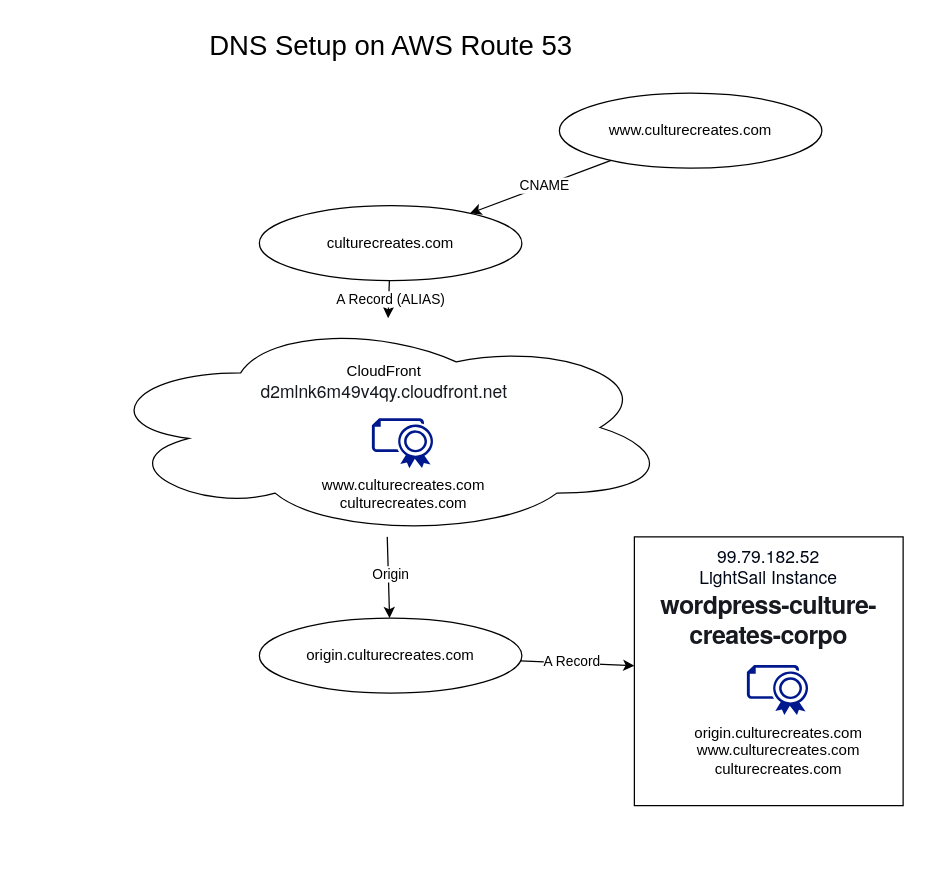
culturecreates/culture-creates-wiki keeps this draw.io diagram as Corpo Website Hosting Diagram.drawio. Above is the earlier version. Source tidied: cells renumbered, new cells numbered last; positions are measured from the earlier drawing's top-left corner, leaving out a move shared by most shapes. Both pictures are drawn from the tidied source at 125%, with x=0, y=0 at pixel (96, 21).
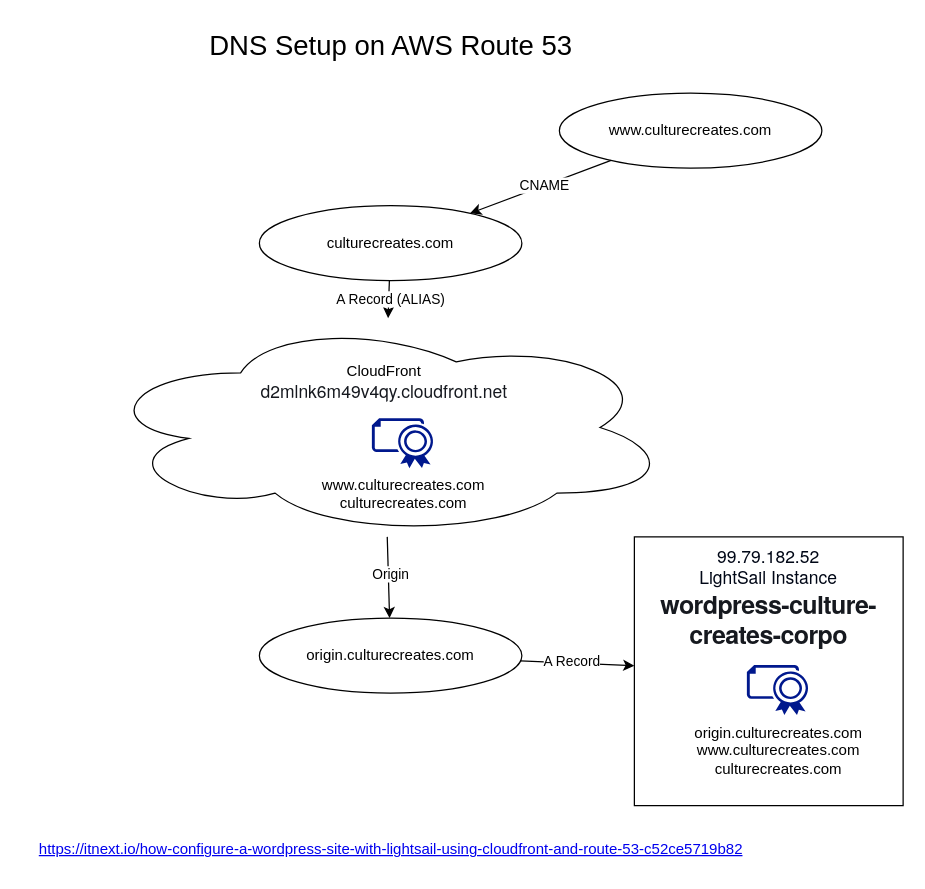
After the change.

Commit message:
link to article

Diff of the diagram source:
```diff
@@
 <mxGraphModel>
   <root>
     <mxCell id="0" />
     <mxCell id="1" parent="0" />
     <mxCell id="2" value="&lt;span style=&quot;text-align: start; caret-color: rgb(0, 7, 22); color: rgb(0, 7, 22); font-family: &amp;quot;Amazon Ember&amp;quot;, &amp;quot;Helvetica Neue&amp;quot;, Roboto, Arial, sans-serif; font-size: 14px; background-color: rgb(255, 255, 255);&quot;&gt;99.79.182.52&lt;/span&gt;&lt;br&gt;&lt;div&gt;&lt;span style=&quot;text-align: start; caret-color: rgb(0, 7, 22); color: rgb(0, 7, 22); font-family: &amp;quot;Amazon Ember&amp;quot;, &amp;quot;Helvetica Neue&amp;quot;, Roboto, Arial, sans-serif; font-size: 14px; background-color: rgb(255, 255, 255);&quot;&gt;LightSail Instance&lt;/span&gt;&lt;/div&gt;&lt;div&gt;&lt;span style=&quot;text-align: start; caret-color: rgb(22, 25, 31); color: rgb(22, 25, 31); font-family: &amp;quot;Amazon Ember&amp;quot;, &amp;quot;Helvetica Neue&amp;quot;, Roboto, Arial, sans-serif; font-weight: 700; letter-spacing: -0.48px; background-color: rgb(255, 255, 255);&quot;&gt;&lt;font style=&quot;font-size: 20px;&quot;&gt;wordpress-culture-creates-corpo&lt;/font&gt;&lt;/span&gt;&lt;span style=&quot;text-align: start; caret-color: rgb(0, 7, 22); color: rgb(0, 7, 22); font-family: &amp;quot;Amazon Ember&amp;quot;, &amp;quot;Helvetica Neue&amp;quot;, Roboto, Arial, sans-serif; font-size: 14px; background-color: rgb(255, 255, 255);&quot;&gt;&lt;br&gt;&lt;/span&gt;&lt;/div&gt;" style="whiteSpace=wrap;html=1;verticalAlign=top;" parent="1" vertex="1">
       <mxGeometry x="430" y="412" width="215" height="215" as="geometry" />
     </mxCell>
     <mxCell id="3" style="endArrow=classic;html=1;rounded=0;" parent="1" edge="1" source="12" target="2">
       <mxGeometry relative="1" as="geometry" />
     </mxCell>
     <mxCell id="4" value="A Record" style="edgeLabel;html=1;align=center;verticalAlign=middle;" parent="3" vertex="1">
       <mxGeometry x="-0.07" y="2" relative="1" as="geometry">
         <mxPoint x="-1" as="offset" />
       </mxGeometry>
     </mxCell>
     <mxCell id="5" value="&lt;div&gt;&lt;br&gt;&lt;/div&gt;&lt;div&gt;&lt;br&gt;&lt;/div&gt;CloudFront&lt;div&gt;&lt;span style=&quot;caret-color: rgb(22, 25, 31); color: rgb(22, 25, 31); font-family: &amp;quot;Amazon Ember&amp;quot;, &amp;quot;Helvetica Neue&amp;quot;, Roboto, Arial, sans-serif; font-size: 14px; background-color: rgb(255, 255, 255);&quot;&gt;d2mlnk6m49v4qy.cloudfront.net&lt;/span&gt;&lt;br&gt;&lt;/div&gt;" style="ellipse;shape=cloud;whiteSpace=wrap;html=1;align=center;verticalAlign=top;" parent="1" vertex="1">
       <mxGeometry y="237" width="460" height="175" as="geometry" />
     </mxCell>
     <mxCell id="6" value="www.culturecreates.com" style="ellipse;whiteSpace=wrap;html=1;" parent="1" vertex="1">
       <mxGeometry x="370" y="57" width="210" height="60" as="geometry" />
     </mxCell>
     <mxCell id="7" value="culturecreates.com" style="ellipse;whiteSpace=wrap;html=1;" parent="1" vertex="1">
       <mxGeometry x="130" y="147" width="210" height="60" as="geometry" />
     </mxCell>
     <mxCell id="8" style="endArrow=classic;html=1;rounded=0;" parent="1" edge="1" source="6" target="7">
       <mxGeometry relative="1" as="geometry" />
     </mxCell>
     <mxCell id="9" value="CNAME" style="edgeLabel;html=1;align=center;verticalAlign=middle;" parent="8" vertex="1">
       <mxGeometry x="-0.05" relative="1" as="geometry" />
     </mxCell>
     <mxCell id="10" style="endArrow=classic;html=1;rounded=0;" parent="1" edge="1" source="7" target="5">
       <mxGeometry relative="1" as="geometry" />
     </mxCell>
     <mxCell id="11" value="A Record (ALIAS)" style="edgeLabel;html=1;align=center;verticalAlign=middle;" parent="10" vertex="1">
       <mxGeometry x="-0.07" y="1" relative="1" as="geometry" />
     </mxCell>
     <mxCell id="12" value="origin.culturecreates.com" style="ellipse;whiteSpace=wrap;html=1;" parent="1" vertex="1">
       <mxGeometry x="130" y="477" width="210" height="60" as="geometry" />
     </mxCell>
     <mxCell id="13" style="endArrow=classic;html=1;rounded=0;" parent="1" edge="1" source="5" target="12">
       <mxGeometry relative="1" as="geometry" />
     </mxCell>
     <mxCell id="14" value="Origin" style="edgeLabel;html=1;align=center;verticalAlign=middle;" parent="13" vertex="1">
       <mxGeometry x="-0.07" y="1" relative="1" as="geometry" />
     </mxCell>
     <mxCell id="15" value="origin.culturecreates.com&lt;div&gt;www.culturecreates.com&lt;/div&gt;&lt;div&gt;culturecreates.com&lt;/div&gt;" style="shadow=0;dashed=0;html=1;strokeColor=none;labelPosition=center;verticalLabelPosition=bottom;verticalAlign=top;align=center;fillColor=#00188D;shape=mxgraph.azure.certificate;" parent="1" vertex="1">
       <mxGeometry x="520" y="514.5" width="50" height="40" as="geometry" />
     </mxCell>
     <mxCell id="16" value="&lt;div&gt;www.culturecreates.com&lt;/div&gt;&lt;div&gt;culturecreates.com&lt;/div&gt;" style="sketch=0;shadow=0;dashed=0;html=1;strokeColor=none;labelPosition=center;verticalLabelPosition=bottom;verticalAlign=top;align=center;fillColor=#00188D;shape=mxgraph.azure.certificate;labelBackgroundColor=none;labelBorderColor=none;" parent="1" vertex="1">
       <mxGeometry x="220" y="317" width="50" height="40" as="geometry" />
     </mxCell>
     <mxCell id="17" value="DNS Setup on AWS Route 53" style="text;html=1;align=center;verticalAlign=middle;strokeColor=none;fillColor=none;fontSize=22;" parent="1" vertex="1">
       <mxGeometry x="80" width="310" height="40" as="geometry" />
     </mxCell>
+    <mxCell id="18" value="&lt;a href=&quot;https://itnext.io/how-configure-a-wordpress-site-with-lightsail-using-cloudfront-and-route-53-c52ce5719b82&quot;&gt;https://itnext.io/how-configure-a-wordpress-site-with-lightsail-using-cloudfront-and-route-53-c52ce5719b82&lt;/a&gt;" style="text;html=1;align=center;verticalAlign=middle;strokeColor=none;fillColor=none;" parent="1" vertex="1">
+      <mxGeometry x="-60" y="647" width="590" height="30" as="geometry" />
+    </mxCell>
   </root>
 </mxGraphModel>
```
